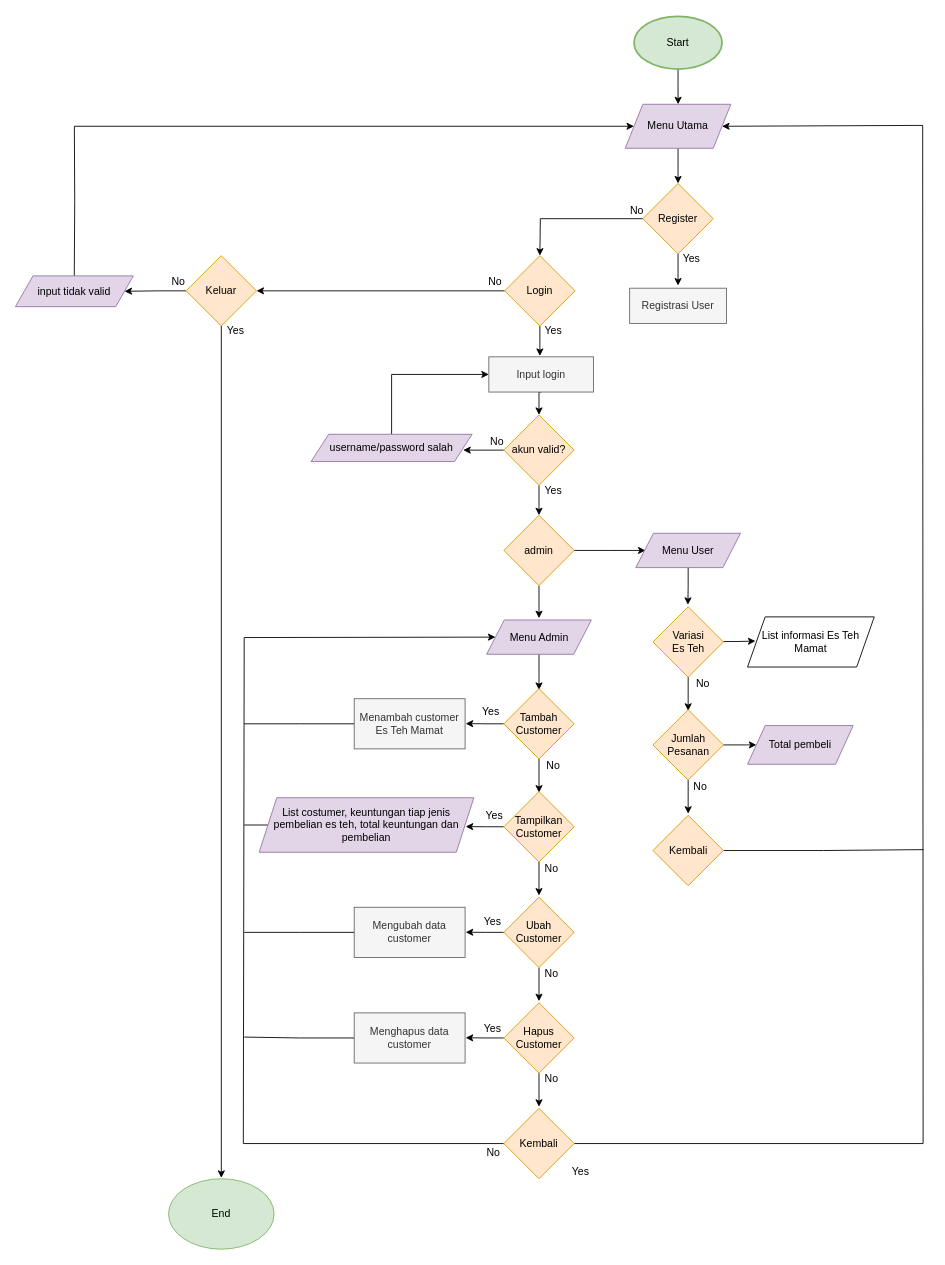
This is Post-Test/Post-Test-5/Untitled Diagram.drawio from ridhoSetia/Praktikum-APD, a draw.io file, before an edit. Source tidied: cells renumbered, new cells numbered last; positions are measured from the earlier drawing's top-left corner, leaving out a move shared by most shapes. Both pictures are drawn from the tidied source at 88%, with x=0, y=0 at pixel (15, 16).
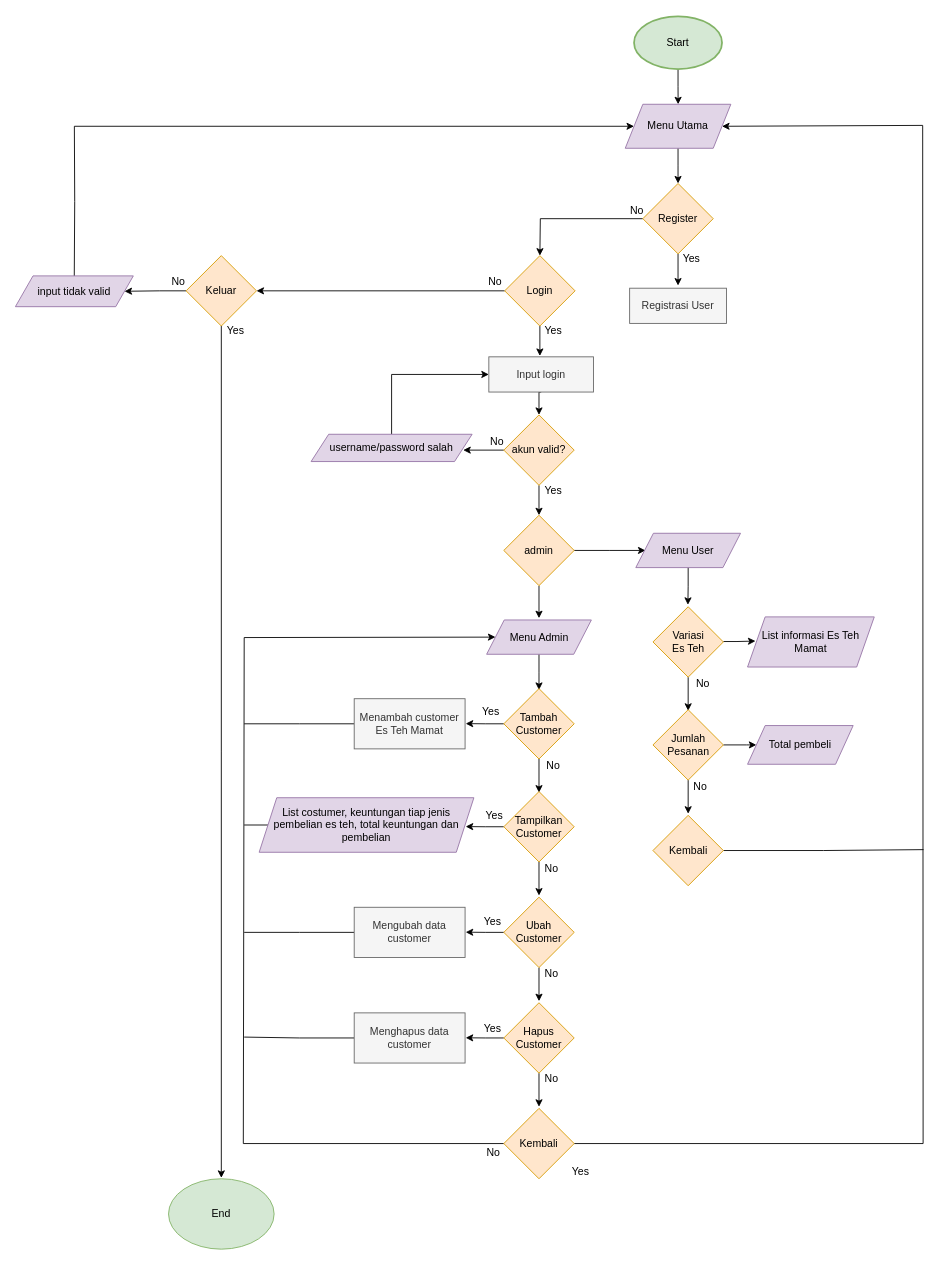
The same diagram, later.

The edit, as a diff of the source:
```diff
@@
-    <mxCell id="86" value="List informasi Es Teh Mamat" style="shape=parallelogram;perimeter=parallelogramPerimeter;whiteSpace=wrap;html=1;fixedSize=1;" parent="1" vertex="1">
+    <mxCell id="86" value="List informasi Es Teh Mamat" style="shape=parallelogram;perimeter=parallelogramPerimeter;whiteSpace=wrap;html=1;fixedSize=1;fillColor=#e1d5e7;strokeColor=#9673a6;" parent="1" vertex="1">
       <mxGeometry x="832" y="682.5" width="144" height="57" as="geometry" />
     </mxCell>
```
